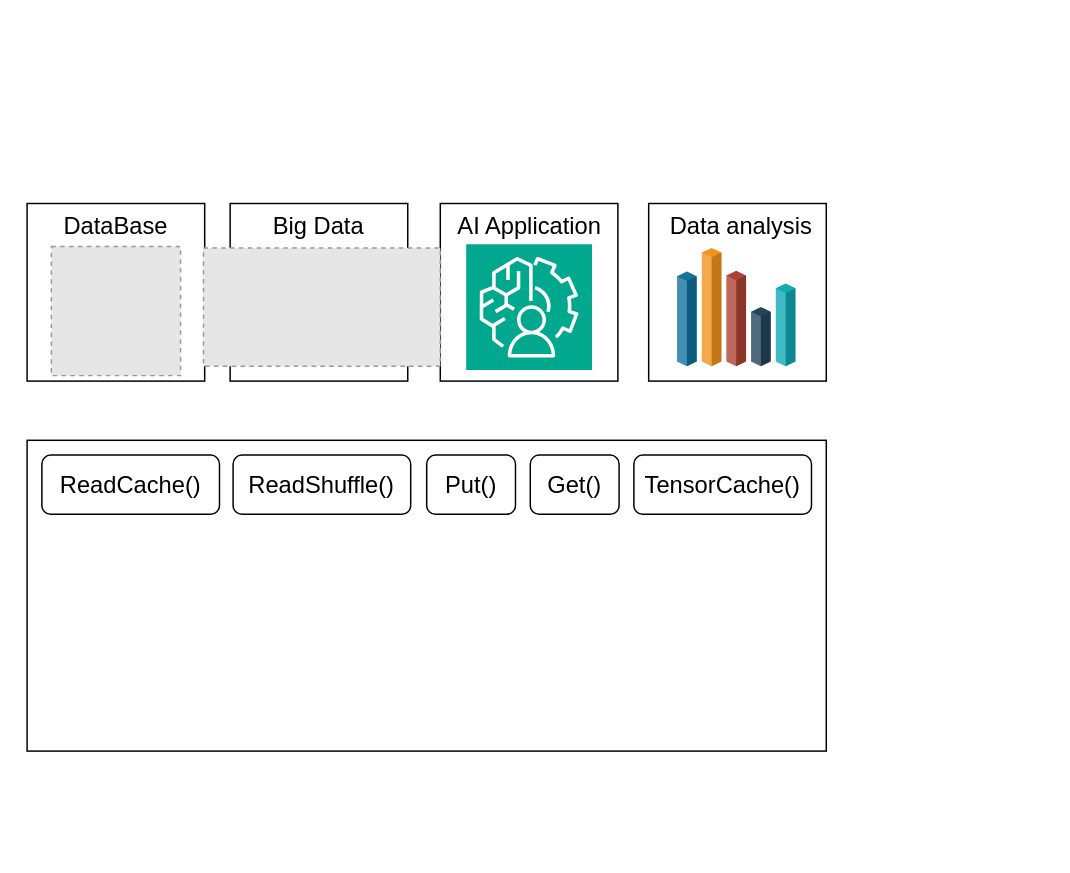
Before: 3m_paper/usecase.drawio in linqinluli/picture_draw, a draw.io diagram. Source tidied: cells renumbered, new cells numbered last; positions are measured from the earlier drawing's top-left corner, leaving out a move shared by most shapes. Both pictures are drawn from the tidied source at 148%, with x=0, y=0 at pixel (27, 203). Pictures stored in the file or linked from it are replaced by grey dashed boxes.
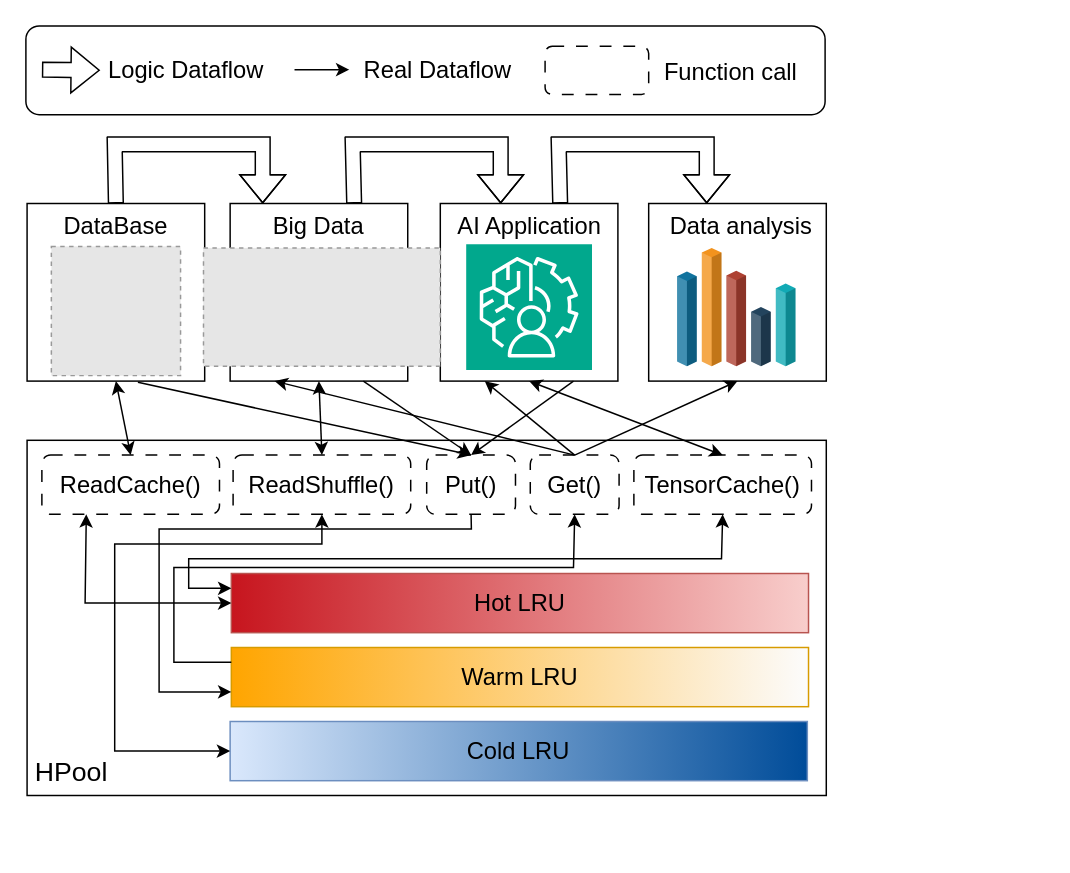
Above is the later version.

Unchanged cells that the change refers to:
```xml
<mxCell id="2" style="whiteSpace=wrap;html=1;" parent="1" vertex="1">
  <mxGeometry x="419.8" width="120" height="120" as="geometry" />
</mxCell>
<mxCell id="16" style="whiteSpace=wrap;html=1;" parent="1" vertex="1">
  <mxGeometry x="137" width="120" height="120" as="geometry" />
</mxCell>
<mxCell id="17" style="whiteSpace=wrap;html=1;" parent="1" vertex="1">
  <mxGeometry x="279" width="120" height="120" as="geometry" />
</mxCell>
<mxCell id="19" style="whiteSpace=wrap;html=1;" parent="18" vertex="1">
  <mxGeometry width="120" height="120" as="geometry" />
</mxCell>
<mxCell id="21" value="DataBase" style="text;html=1;align=center;verticalAlign=middle;whiteSpace=wrap;rounded=0;fontSize=16;" parent="18" vertex="1">
  <mxGeometry x="17.9" width="84.2" height="30" as="geometry" />
</mxCell>
```

Diff of the diagram source:
```diff
@@
     <mxCell id="3" style="rounded=0;whiteSpace=wrap;html=1;" parent="1" vertex="1">
-      <mxGeometry x="-0.2" y="160" width="540" height="210" as="geometry" />
+      <mxGeometry x="-0.2" y="160" width="540" height="240" as="geometry" />
     </mxCell>
@@
-    <mxCell id="11" value="ReadShuffle()" style="rounded=1;whiteSpace=wrap;html=1;fontSize=16;" parent="1" vertex="1">
+    <mxCell id="11" value="ReadShuffle()" style="rounded=1;whiteSpace=wrap;html=1;fontSize=16;dashed=1;dashPattern=8 8;" parent="1" vertex="1">
       <mxGeometry x="139" y="170" width="120" height="40" as="geometry" />
     </mxCell>
-    <mxCell id="12" value="ReadCache()" style="rounded=1;whiteSpace=wrap;html=1;fontSize=16;" parent="1" vertex="1">
+    <mxCell id="12" value="ReadCache()" style="rounded=1;whiteSpace=wrap;html=1;fontSize=16;dashed=1;dashPattern=8 8;" parent="1" vertex="1">
       <mxGeometry x="9.8" y="170" width="120" height="40" as="geometry" />
     </mxCell>
-    <mxCell id="13" value="TensorCache()" style="rounded=1;whiteSpace=wrap;html=1;fontSize=16;" parent="1" vertex="1">
+    <mxCell id="13" value="TensorCache()" style="rounded=1;whiteSpace=wrap;html=1;fontSize=16;dashed=1;dashPattern=8 8;" parent="1" vertex="1">
       <mxGeometry x="409.8" y="170" width="120" height="40" as="geometry" />
     </mxCell>
-    <mxCell id="14" value="Put()" style="rounded=1;whiteSpace=wrap;html=1;fontSize=16;" parent="1" vertex="1">
+    <mxCell id="14" value="Put()" style="rounded=1;whiteSpace=wrap;html=1;fontSize=16;dashed=1;dashPattern=8 8;" parent="1" vertex="1">
       <mxGeometry x="269.8" y="170" width="60" height="40" as="geometry" />
     </mxCell>
-    <mxCell id="15" value="Get()" style="rounded=1;whiteSpace=wrap;html=1;fontSize=16;" parent="1" vertex="1">
+    <mxCell id="15" value="Get()" style="rounded=1;whiteSpace=wrap;html=1;fontSize=16;dashed=1;dashPattern=8 8;" parent="1" vertex="1">
       <mxGeometry x="339.8" y="170" width="60" height="40" as="geometry" />
     </mxCell>
@@
+    <mxCell id="27" value="Hot LRU" style="rounded=0;whiteSpace=wrap;html=1;fillColor=#f8cecc;gradientColor=#c7151e;strokeColor=#b85450;gradientDirection=west;fontSize=16;" parent="1" vertex="1">
+      <mxGeometry x="137.8" y="250" width="390" height="40" as="geometry" />
+    </mxCell>
+    <mxCell id="28" value="Warm LRU" style="rounded=0;whiteSpace=wrap;html=1;fillColor=#fcfcfc;gradientColor=#ffa500;strokeColor=#d79b00;gradientDirection=west;fontSize=16;" parent="1" vertex="1">
+      <mxGeometry x="137.8" y="300" width="390" height="40" as="geometry" />
+    </mxCell>
+    <mxCell id="29" value="Cold LRU" style="rounded=0;whiteSpace=wrap;html=1;fillColor=#dae8fc;gradientColor=#004C99;strokeColor=#6c8ebf;gradientDirection=east;fontSize=16;" parent="1" vertex="1">
+      <mxGeometry x="137" y="350" width="390" height="40" as="geometry" />
+    </mxCell>
+    <mxCell id="30" style="endArrow=classic;html=1;rounded=0;exitX=0.25;exitY=1;exitDx=0;exitDy=0;entryX=0;entryY=0.5;entryDx=0;entryDy=0;startArrow=classic;startFill=1;" parent="1" edge="1" target="27">
+      <mxGeometry relative="1" as="geometry">
+        <mxPoint x="39.8" y="210" as="sourcePoint" />
+        <Array as="points">
+          <mxPoint x="39" y="270" />
+        </Array>
+      </mxGeometry>
+    </mxCell>
+    <mxCell id="31" style="endArrow=classic;html=1;rounded=0;exitX=0.5;exitY=1;exitDx=0;exitDy=0;entryX=0;entryY=0.5;entryDx=0;entryDy=0;startArrow=classic;startFill=1;" parent="1" edge="1" source="11" target="29">
+      <mxGeometry relative="1" as="geometry">
+        <Array as="points">
+          <mxPoint x="199" y="230" />
+          <mxPoint x="59" y="230" />
+          <mxPoint x="59" y="370" />
+        </Array>
+      </mxGeometry>
+    </mxCell>
+    <mxCell id="32" style="endArrow=classic;html=1;rounded=0;exitX=0.5;exitY=1;exitDx=0;exitDy=0;entryX=0;entryY=0.75;entryDx=0;entryDy=0;" parent="1" edge="1" source="14" target="28">
+      <mxGeometry relative="1" as="geometry">
+        <Array as="points">
+          <mxPoint x="300" y="220" />
+          <mxPoint x="89" y="220" />
+          <mxPoint x="89" y="330" />
+        </Array>
+      </mxGeometry>
+    </mxCell>
+    <mxCell id="33" style="endArrow=classic;html=1;rounded=0;exitX=0.5;exitY=1;exitDx=0;exitDy=0;entryX=0;entryY=0.25;entryDx=0;entryDy=0;startArrow=classic;startFill=1;" parent="1" edge="1" source="13" target="27">
+      <mxGeometry relative="1" as="geometry">
+        <Array as="points">
+          <mxPoint x="469" y="240" />
+          <mxPoint x="109" y="240" />
+          <mxPoint x="109" y="260" />
+        </Array>
+      </mxGeometry>
+    </mxCell>
+    <mxCell id="34" style="endArrow=classic;html=1;rounded=0;exitX=0.5;exitY=1;exitDx=0;exitDy=0;entryX=0.5;entryY=0;entryDx=0;entryDy=0;startArrow=classic;startFill=1;" parent="1" edge="1" source="19" target="12">
+      <mxGeometry relative="1" as="geometry" />
+    </mxCell>
+    <mxCell id="35" style="endArrow=classic;html=1;rounded=0;exitX=0.624;exitY=1.007;exitDx=0;exitDy=0;exitPerimeter=0;entryX=0.5;entryY=0;entryDx=0;entryDy=0;startArrow=none;startFill=0;" parent="1" edge="1" source="19" target="14">
+      <mxGeometry relative="1" as="geometry" />
+    </mxCell>
+    <mxCell id="36" style="endArrow=none;html=1;rounded=0;exitX=0.5;exitY=1;exitDx=0;exitDy=0;entryX=0;entryY=0.25;entryDx=0;entryDy=0;startArrow=classic;startFill=1;endFill=0;" parent="1" edge="1" source="15" target="28">
+      <mxGeometry relative="1" as="geometry">
+        <Array as="points">
+          <mxPoint x="369" y="246" />
+          <mxPoint x="99" y="246" />
+          <mxPoint x="99" y="310" />
+        </Array>
+      </mxGeometry>
+    </mxCell>
+    <mxCell id="37" style="endArrow=classic;html=1;rounded=0;exitX=0.5;exitY=0;exitDx=0;exitDy=0;entryX=0.25;entryY=1;entryDx=0;entryDy=0;startArrow=none;startFill=0;" parent="1" edge="1" source="15" target="16">
+      <mxGeometry relative="1" as="geometry" />
+    </mxCell>
+    <mxCell id="38" style="endArrow=classic;html=1;rounded=0;exitX=0.75;exitY=1;exitDx=0;exitDy=0;entryX=0.5;entryY=0;entryDx=0;entryDy=0;startArrow=none;startFill=0;" parent="1" edge="1" source="16" target="14">
+      <mxGeometry relative="1" as="geometry" />
+    </mxCell>
+    <mxCell id="39" style="endArrow=classic;html=1;rounded=0;exitX=0.75;exitY=1;exitDx=0;exitDy=0;entryX=0.5;entryY=0;entryDx=0;entryDy=0;startArrow=none;startFill=0;" parent="1" edge="1" source="17" target="14">
+      <mxGeometry relative="1" as="geometry" />
+    </mxCell>
+    <mxCell id="40" style="endArrow=classic;html=1;rounded=0;exitX=0.5;exitY=0;exitDx=0;exitDy=0;entryX=0.25;entryY=1;entryDx=0;entryDy=0;startArrow=none;startFill=0;" parent="1" edge="1" source="15" target="17">
+      <mxGeometry relative="1" as="geometry" />
+    </mxCell>
+    <mxCell id="41" style="endArrow=classic;html=1;rounded=0;exitX=0.5;exitY=0;exitDx=0;exitDy=0;entryX=0.5;entryY=1;entryDx=0;entryDy=0;startArrow=none;startFill=0;" parent="1" edge="1" source="15" target="2">
+      <mxGeometry relative="1" as="geometry" />
+    </mxCell>
+    <mxCell id="42" style="endArrow=classic;html=1;rounded=0;exitX=0.5;exitY=1;exitDx=0;exitDy=0;entryX=0.5;entryY=0;entryDx=0;entryDy=0;startArrow=classic;startFill=1;" parent="1" edge="1" source="16" target="11">
+      <mxGeometry relative="1" as="geometry" />
+    </mxCell>
+    <mxCell id="43" style="endArrow=classic;html=1;rounded=0;exitX=0.5;exitY=1;exitDx=0;exitDy=0;entryX=0.5;entryY=0;entryDx=0;entryDy=0;startArrow=classic;startFill=1;" parent="1" edge="1" source="17" target="13">
+      <mxGeometry relative="1" as="geometry" />
+    </mxCell>
+    <mxCell id="44" style="shape=flexArrow;endArrow=classic;html=1;rounded=0;exitX=0.5;exitY=0;exitDx=0;exitDy=0;" parent="1" edge="1" source="21">
+      <mxGeometry relative="1" as="geometry">
+        <mxPoint x="159" as="targetPoint" />
+        <Array as="points">
+          <mxPoint x="59" y="-40" />
+          <mxPoint x="129" y="-40" />
+          <mxPoint x="159" y="-40" />
+        </Array>
+      </mxGeometry>
+    </mxCell>
+    <mxCell id="45" style="shape=flexArrow;endArrow=classic;html=1;rounded=0;exitX=0.5;exitY=0;exitDx=0;exitDy=0;" parent="1" edge="1">
+      <mxGeometry relative="1" as="geometry">
+        <mxPoint x="220.8" as="sourcePoint" />
+        <mxPoint x="319.8" as="targetPoint" />
+        <Array as="points">
+          <mxPoint x="219.8" y="-40" />
+          <mxPoint x="289.8" y="-40" />
+          <mxPoint x="319.8" y="-40" />
+        </Array>
+      </mxGeometry>
+    </mxCell>
+    <mxCell id="46" style="shape=flexArrow;endArrow=classic;html=1;rounded=0;exitX=0.5;exitY=0;exitDx=0;exitDy=0;" parent="1" edge="1">
+      <mxGeometry relative="1" as="geometry">
+        <mxPoint x="360" as="sourcePoint" />
+        <mxPoint x="459" as="targetPoint" />
+        <Array as="points">
+          <mxPoint x="359" y="-40" />
+          <mxPoint x="429" y="-40" />
+          <mxPoint x="459" y="-40" />
+        </Array>
+      </mxGeometry>
+    </mxCell>
+    <mxCell id="47" value="HPool" style="text;html=1;align=center;verticalAlign=middle;whiteSpace=wrap;rounded=0;fontSize=18;" parent="1" vertex="1">
+      <mxGeometry x="-0.2" y="370" width="60" height="30" as="geometry" />
+    </mxCell>
+    <mxCell id="48" style="rounded=1;whiteSpace=wrap;html=1;" parent="1" vertex="1">
+      <mxGeometry x="-1" y="-120" width="540" height="60" as="geometry" />
+    </mxCell>
+    <mxCell id="49" style="shape=flexArrow;endArrow=classic;html=1;rounded=0;" parent="1" edge="1">
+      <mxGeometry relative="1" as="geometry">
+        <mxPoint x="9.8" y="-90.4" as="sourcePoint" />
+        <mxPoint x="49" y="-90" as="targetPoint" />
+      </mxGeometry>
+    </mxCell>
+    <mxCell id="50" value="Logic Dataflow" style="text;html=1;align=center;verticalAlign=middle;whiteSpace=wrap;rounded=0;fontSize=16;" parent="1" vertex="1">
+      <mxGeometry x="52.8" y="-105" width="109.2" height="30" as="geometry" />
+    </mxCell>
+    <mxCell id="51" style="endArrow=classic;html=1;rounded=0;" parent="1" edge="1">
+      <mxGeometry relative="1" as="geometry">
+        <mxPoint x="180.5" y="-90.4" as="sourcePoint" />
+        <mxPoint x="217.5" y="-90.4" as="targetPoint" />
+      </mxGeometry>
+    </mxCell>
+    <mxCell id="52" value="Real Dataflow" style="text;html=1;align=center;verticalAlign=middle;whiteSpace=wrap;rounded=0;fontSize=16;" parent="1" vertex="1">
+      <mxGeometry x="223" y="-105" width="109.2" height="30" as="geometry" />
+    </mxCell>
+    <mxCell id="53" style="rounded=1;whiteSpace=wrap;html=1;dashed=1;dashPattern=8 8;" parent="1" vertex="1">
+      <mxGeometry x="349.8" y="-106.2" width="70" height="32.5" as="geometry" />
+    </mxCell>
+    <mxCell id="54" value="Function call" style="text;html=1;align=center;verticalAlign=middle;whiteSpace=wrap;rounded=0;fontSize=16;" parent="1" vertex="1">
+      <mxGeometry x="420.5" y="-103.8" width="109.2" height="30" as="geometry" />
+    </mxCell>
```
